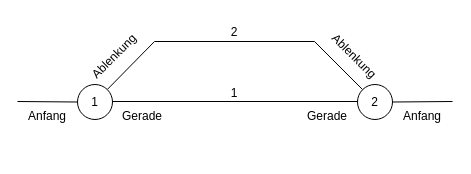
The draw.io diagram graph_db/Bahnhof_single_node.drawio in pascalreiss/draw_io_stuff, before the edit. Source tidied: cells renumbered, new cells numbered last; positions are measured from the earlier drawing's top-left corner, leaving out a move shared by most shapes. Both pictures are drawn from the tidied source at 100%, with x=0, y=0 at pixel (17, 17).
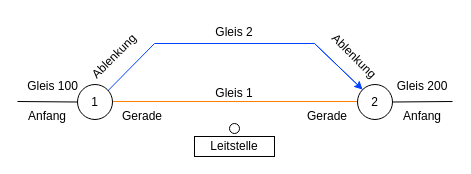
The same diagram, later.

Unchanged cells that the change refers to:
```xml
<mxCell id="8" value="1" style="ellipse;whiteSpace=wrap;html=1;" parent="1" vertex="1">
  <mxGeometry x="60" y="67" width="35" height="35" as="geometry" />
</mxCell>
<mxCell id="9" value="2" style="ellipse;whiteSpace=wrap;html=1;" parent="1" vertex="1">
  <mxGeometry x="340" y="67" width="35" height="35" as="geometry" />
</mxCell>
```

Diff of the diagram source:
```diff
@@
-    <mxCell id="4" style="endArrow=none;html=1;rounded=0;" parent="1" edge="1">
+    <mxCell id="4" style="endArrow=none;html=1;rounded=0;strokeColor=#FF8000;" parent="1" edge="1">
       <mxGeometry relative="1" as="geometry">
         <mxPoint x="95" y="84" as="sourcePoint" />
         <mxPoint x="340" y="84" as="targetPoint" />
       </mxGeometry>
     </mxCell>
-    <mxCell id="5" style="endArrow=none;html=1;rounded=0;" parent="1" edge="1" source="8" target="9">
+    <mxCell id="5" style="endArrow=none;html=1;rounded=0;strokeColor=#0040FF;entryX=0;entryY=0;entryDx=0;entryDy=0;" parent="1" edge="1" target="9">
       <mxGeometry relative="1" as="geometry">
+        <mxPoint x="89.7" y="74" as="sourcePoint" />
         <Array as="points">
-          <mxPoint x="137" y="24" />
-          <mxPoint x="297" y="24" />
+          <mxPoint x="137" y="26" />
+          <mxPoint x="297" y="26" />
         </Array>
       </mxGeometry>
     </mxCell>
@@
-    <mxCell id="14" value="1" style="text;html=1;align=center;verticalAlign=middle;whiteSpace=wrap;rounded=0;" parent="1" vertex="1">
+    <mxCell id="14" value="Gleis 1" style="text;html=1;align=center;verticalAlign=middle;whiteSpace=wrap;rounded=0;" parent="1" vertex="1">
       <mxGeometry x="187" y="61" width="60" height="30" as="geometry" />
     </mxCell>
-    <mxCell id="15" value="2" style="text;html=1;align=center;verticalAlign=middle;whiteSpace=wrap;rounded=0;" parent="1" vertex="1">
+    <mxCell id="15" value="Gleis 2" style="text;html=1;align=center;verticalAlign=middle;whiteSpace=wrap;rounded=0;" parent="1" vertex="1">
       <mxGeometry x="187" width="60" height="30" as="geometry" />
     </mxCell>
+    <mxCell id="16" style="ellipse;whiteSpace=wrap;html=1;" parent="1" vertex="1">
+      <mxGeometry x="212" y="106" width="10" height="10" as="geometry" />
+    </mxCell>
+    <mxCell id="17" value="Leitstelle" style="rounded=0;whiteSpace=wrap;html=1;" parent="1" vertex="1">
+      <mxGeometry x="177" y="119" width="80" height="20" as="geometry" />
+    </mxCell>
+    <mxCell id="18" value="Gleis 100" style="text;html=1;align=center;verticalAlign=middle;strokeColor=none;fillColor=none;" parent="1" vertex="1">
+      <mxGeometry y="54" width="70" height="30" as="geometry" />
+    </mxCell>
+    <mxCell id="19" value="Gleis 200" style="text;html=1;align=center;verticalAlign=middle;whiteSpace=wrap;rounded=0;" parent="1" vertex="1">
+      <mxGeometry x="375" y="54" width="60" height="30" as="geometry" />
+    </mxCell>
+    <mxCell id="20" style="endArrow=classic;html=1;rounded=0;strokeColor=#0040FF;entryX=0;entryY=0;entryDx=0;entryDy=0;" parent="1" edge="1" target="9">
+      <mxGeometry relative="1" as="geometry">
+        <mxPoint x="297" y="26" as="sourcePoint" />
+      </mxGeometry>
+    </mxCell>
```
